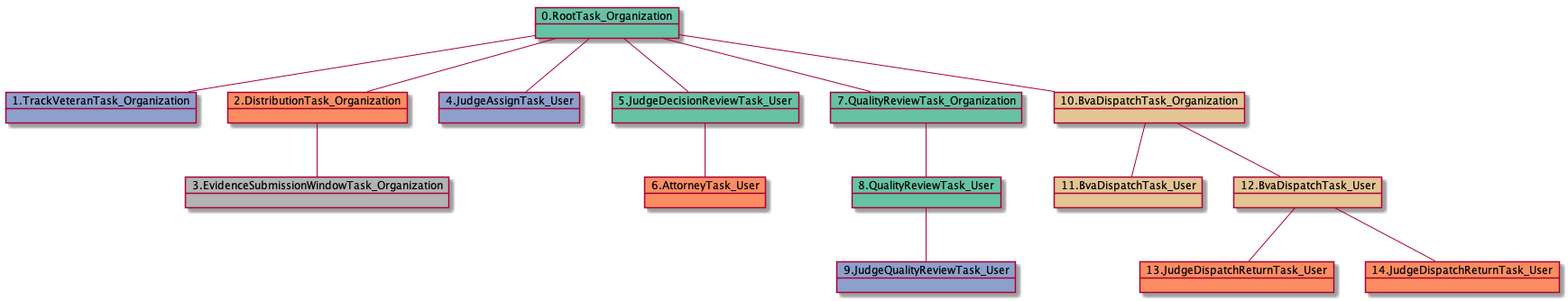
yoomlam/graphing keeps this PlantUML diagram as docs-ES/uml/RTO.TVTO.DTO.ESWTO.JATU-15411.png. Above is the earlier version. Source of this version:
```plantuml
@startuml
object 0.RootTask_Organization #66c2a5
object 1.TrackVeteranTask_Organization #8da0cb
object 2.DistributionTask_Organization #fc8d62
object 3.EvidenceSubmissionWindowTask_Organization #b3b3b3
object 4.JudgeAssignTask_User #8da0cb
object 5.JudgeDecisionReviewTask_User #66c2a5
object 6.AttorneyTask_User #fc8d62
object 7.QualityReviewTask_Organization #66c2a5
object 8.QualityReviewTask_User #66c2a5
object 9.JudgeQualityReviewTask_User #8da0cb
object 10.BvaDispatchTask_Organization #e5c494
object 11.BvaDispatchTask_User #e5c494
object 12.BvaDispatchTask_User #e5c494
object 13.JudgeDispatchReturnTask_User #fc8d62
object 14.JudgeDispatchReturnTask_User #fc8d62
0.RootTask_Organization -- 1.TrackVeteranTask_Organization
0.RootTask_Organization -- 2.DistributionTask_Organization
2.DistributionTask_Organization -- 3.EvidenceSubmissionWindowTask_Organization
0.RootTask_Organization -- 4.JudgeAssignTask_User
0.RootTask_Organization -- 5.JudgeDecisionReviewTask_User
5.JudgeDecisionReviewTask_User -- 6.AttorneyTask_User
0.RootTask_Organization -- 7.QualityReviewTask_Organization
7.QualityReviewTask_Organization -- 8.QualityReviewTask_User
8.QualityReviewTask_User -- 9.JudgeQualityReviewTask_User
0.RootTask_Organization -- 10.BvaDispatchTask_Organization
10.BvaDispatchTask_Organization -- 11.BvaDispatchTask_User
10.BvaDispatchTask_Organization -- 12.BvaDispatchTask_User
12.BvaDispatchTask_User -- 13.JudgeDispatchReturnTask_User
12.BvaDispatchTask_User -- 14.JudgeDispatchReturnTask_User
@enduml
```
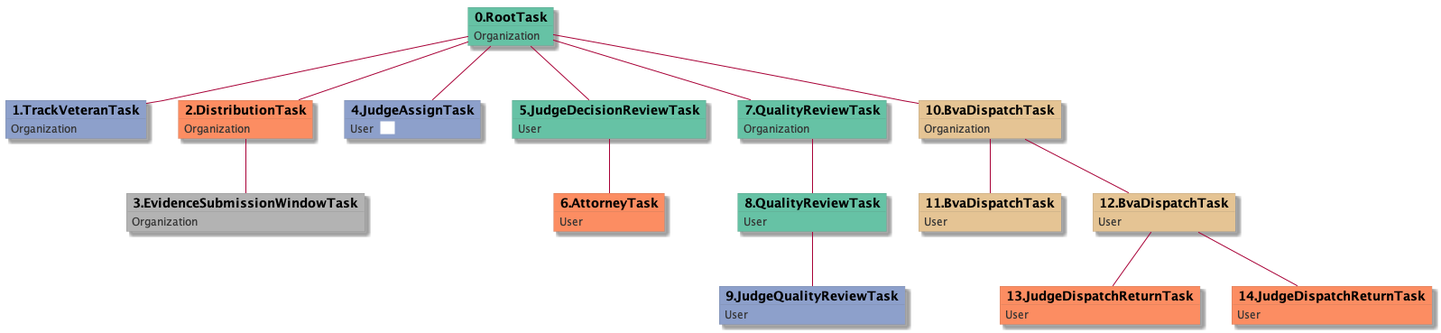
Later version of the same file.

Change to the diagram source:
```diff
@@ -1,31 +1,69 @@
 @startuml
-object 0.RootTask_Organization #66c2a5
-object 1.TrackVeteranTask_Organization #8da0cb
-object 2.DistributionTask_Organization #fc8d62
-object 3.EvidenceSubmissionWindowTask_Organization #b3b3b3
-object 4.JudgeAssignTask_User #8da0cb
-object 5.JudgeDecisionReviewTask_User #66c2a5
-object 6.AttorneyTask_User #fc8d62
-object 7.QualityReviewTask_Organization #66c2a5
-object 8.QualityReviewTask_User #66c2a5
-object 9.JudgeQualityReviewTask_User #8da0cb
-object 10.BvaDispatchTask_Organization #e5c494
-object 11.BvaDispatchTask_User #e5c494
-object 12.BvaDispatchTask_User #e5c494
-object 13.JudgeDispatchReturnTask_User #fc8d62
-object 14.JudgeDispatchReturnTask_User #fc8d62
-0.RootTask_Organization -- 1.TrackVeteranTask_Organization
-0.RootTask_Organization -- 2.DistributionTask_Organization
-2.DistributionTask_Organization -- 3.EvidenceSubmissionWindowTask_Organization
-0.RootTask_Organization -- 4.JudgeAssignTask_User
-0.RootTask_Organization -- 5.JudgeDecisionReviewTask_User
-5.JudgeDecisionReviewTask_User -- 6.AttorneyTask_User
-0.RootTask_Organization -- 7.QualityReviewTask_Organization
-7.QualityReviewTask_Organization -- 8.QualityReviewTask_User
-8.QualityReviewTask_User -- 9.JudgeQualityReviewTask_User
-0.RootTask_Organization -- 10.BvaDispatchTask_Organization
-10.BvaDispatchTask_Organization -- 11.BvaDispatchTask_User
-10.BvaDispatchTask_Organization -- 12.BvaDispatchTask_User
-12.BvaDispatchTask_User -- 13.JudgeDispatchReturnTask_User
-12.BvaDispatchTask_User -- 14.JudgeDispatchReturnTask_User
+skinparam {
+  ObjectBorderColor #555
+  ObjectBorderThickness 0
+  ObjectFontStyle bold
+  ObjectFontSize 14
+  ObjectAttributeFontColor #333
+  ObjectAttributeFontSize 12
+}
+  object 0.RootTask #66c2a5 {
+Organization
+}
+  object 1.TrackVeteranTask #8da0cb {
+Organization
+}
+  object 2.DistributionTask #fc8d62 {
+Organization
+}
+  object 3.EvidenceSubmissionWindowTask #b3b3b3 {
+Organization
+}
+  object 4.JudgeAssignTask #8da0cb {
+User  <back:white>    </back>
+}
+  object 5.JudgeDecisionReviewTask #66c2a5 {
+User
+}
+  object 6.AttorneyTask #fc8d62 {
+User
+}
+  object 7.QualityReviewTask #66c2a5 {
+Organization
+}
+  object 8.QualityReviewTask #66c2a5 {
+User
+}
+  object 9.JudgeQualityReviewTask #8da0cb {
+User
+}
+  object 10.BvaDispatchTask #e5c494 {
+Organization
+}
+  object 11.BvaDispatchTask #e5c494 {
+User
+}
+  object 12.BvaDispatchTask #e5c494 {
+User
+}
+  object 13.JudgeDispatchReturnTask #fc8d62 {
+User
+}
+  object 14.JudgeDispatchReturnTask #fc8d62 {
+User
+}
+0.RootTask -- 1.TrackVeteranTask
+0.RootTask -- 2.DistributionTask
+2.DistributionTask -- 3.EvidenceSubmissionWindowTask
+0.RootTask -- 4.JudgeAssignTask
+0.RootTask -- 5.JudgeDecisionReviewTask
+5.JudgeDecisionReviewTask -- 6.AttorneyTask
+0.RootTask -- 7.QualityReviewTask
+7.QualityReviewTask -- 8.QualityReviewTask
+8.QualityReviewTask -- 9.JudgeQualityReviewTask
+0.RootTask -- 10.BvaDispatchTask
+10.BvaDispatchTask -- 11.BvaDispatchTask
+10.BvaDispatchTask -- 12.BvaDispatchTask
+12.BvaDispatchTask -- 13.JudgeDispatchReturnTask
+12.BvaDispatchTask -- 14.JudgeDispatchReturnTask
 @enduml
```
